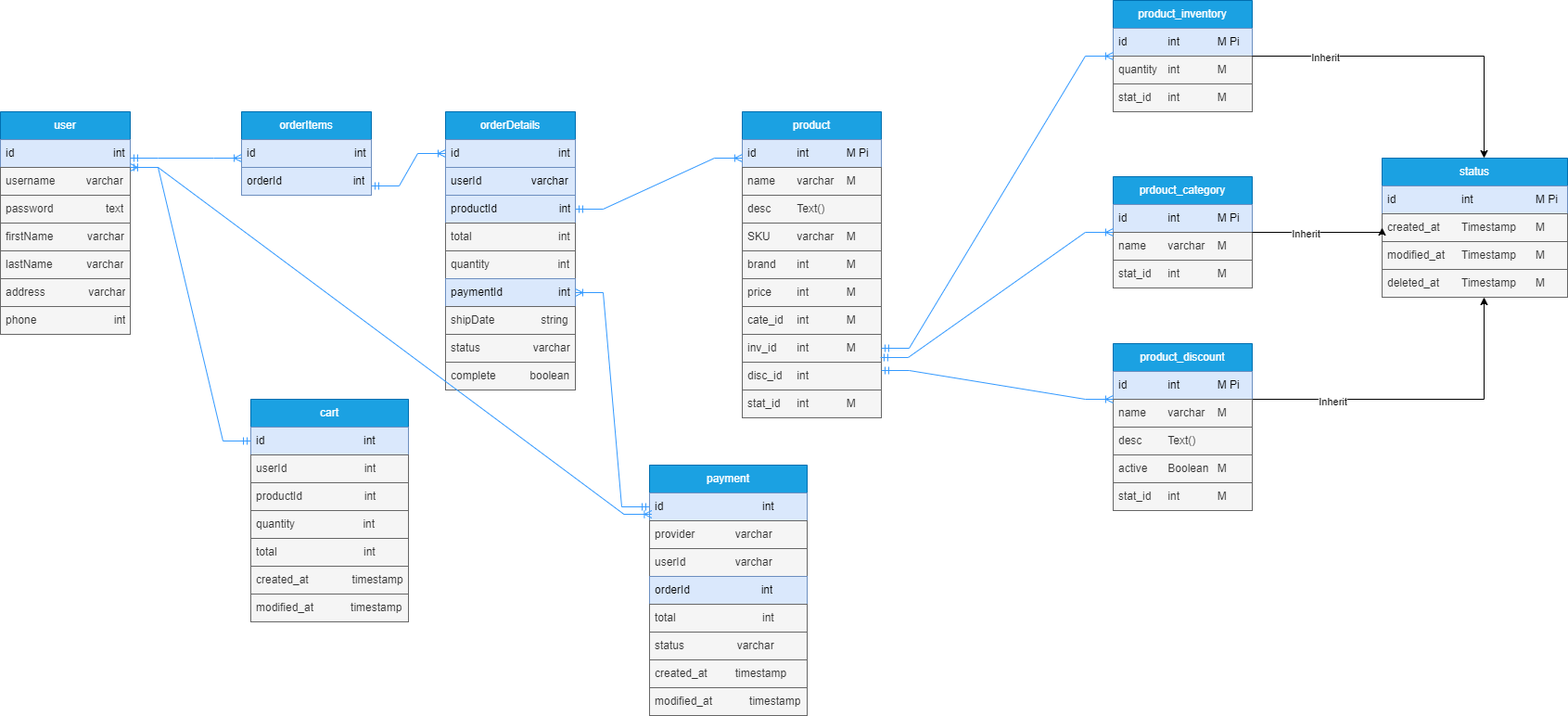
Earlier version of the draw.io export ecommerce.png (sharifmajumdar/fs14-ecommerce-erd). Source tidied: cells renumbered, new cells last; positions are measured from the earlier drawing's top-left corner, leaving out a move shared by most shapes.
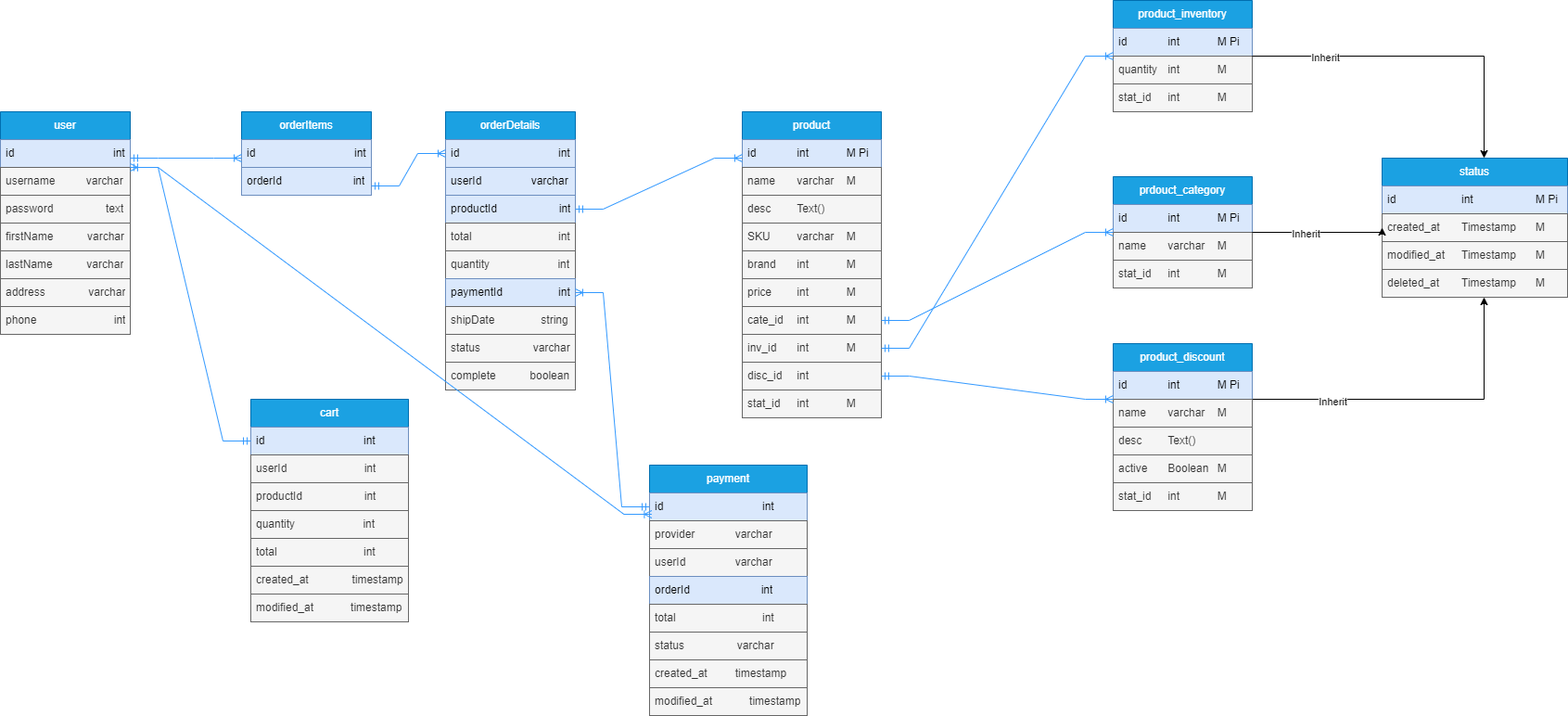
The same file after the commit.

Diff of the diagram source:
```diff
@@ -180,12 +180,12 @@
         <mxPoint x="1200" y="60" as="targetPoint" />
       </mxGeometry>
     </mxCell>
-    <mxCell id="59" style="edgeStyle=entityRelationEdgeStyle;fontSize=12;html=1;endArrow=ERoneToMany;startArrow=ERmandOne;rounded=0;exitX=0.993;exitY=-0.167;exitDx=0;exitDy=0;exitPerimeter=0;strokeColor=#3399FF;" parent="1" edge="1" source="34">
+    <mxCell id="59" style="edgeStyle=entityRelationEdgeStyle;fontSize=12;html=1;endArrow=ERoneToMany;startArrow=ERmandOne;rounded=0;exitX=1;exitY=0.5;exitDx=0;exitDy=0;strokeColor=#3399FF;" parent="1" edge="1" source="32">
       <mxGeometry relative="1" as="geometry">
         <mxPoint x="1200" y="250" as="targetPoint" />
       </mxGeometry>
     </mxCell>
-    <mxCell id="60" style="edgeStyle=entityRelationEdgeStyle;fontSize=12;html=1;endArrow=ERoneToMany;startArrow=ERmandOne;rounded=0;exitX=1;exitY=0.3;exitDx=0;exitDy=0;exitPerimeter=0;strokeColor=#3399FF;" parent="1" edge="1" source="34">
+    <mxCell id="60" style="edgeStyle=entityRelationEdgeStyle;fontSize=12;html=1;endArrow=ERoneToMany;startArrow=ERmandOne;rounded=0;exitX=1;exitY=0.5;exitDx=0;exitDy=0;strokeColor=#3399FF;" parent="1" edge="1" source="34">
       <mxGeometry relative="1" as="geometry">
         <mxPoint x="1200" y="430" as="targetPoint" />
       </mxGeometry>
```
